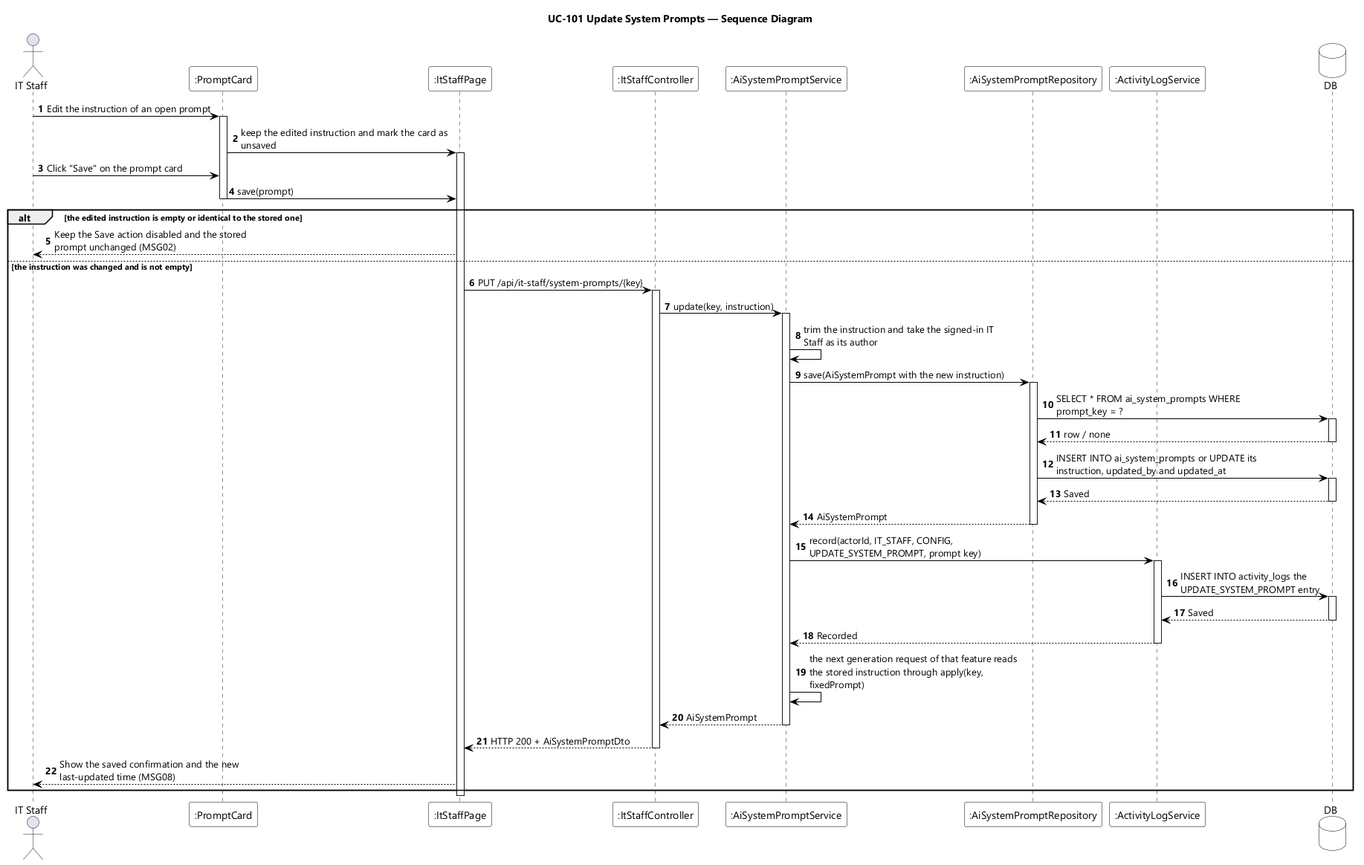
Above: designs/sds-diagrams/uc101/uc101-sequence-diagram.png in EduA-system/EduA-system (PlantUML), before the change. The source it was exported from:
```plantuml
@startuml UC-101 Update System Prompts - Sequence Diagram
skinparamlocked dpi 96
skinparam defaultFontName "Segoe UI"
skinparam shadowing false
skinparam ParticipantBackgroundColor #FFFFFF
skinparam ParticipantBorderColor #000000
skinparam DatabaseBackgroundColor #FFFFFF
skinparam DatabaseBorderColor #000000
skinparam ArrowColor #000000
skinparam sequenceMessageAlign left
skinparam maxMessageSize 280
title UC-101 Update System Prompts — Sequence Diagram

actor "IT Staff" as STAFF
participant ":PromptCard" as CARD
participant ":ItStaffPage" as UI
participant ":ItStaffController" as CTL
participant ":AiSystemPromptService" as SVC
participant ":AiSystemPromptRepository" as REPO
participant ":ActivityLogService" as AUDIT
database DB

autonumber
STAFF -> CARD : Edit the instruction of an open prompt
activate CARD
CARD -> UI : keep the edited instruction and mark the card as unsaved
activate UI
STAFF -> CARD : Click "Save" on the prompt card
CARD -> UI : save(prompt)
deactivate CARD

alt the edited instruction is empty or identical to the stored one
  UI --> STAFF : Keep the Save action disabled and the stored prompt unchanged (MSG02)
else the instruction was changed and is not empty
  UI -> CTL : PUT /api/it-staff/system-prompts/{key}
  activate CTL
  CTL -> SVC : update(key, instruction)
  activate SVC
  SVC -> SVC : trim the instruction and take the signed-in IT Staff as its author
  SVC -> REPO : save(AiSystemPrompt with the new instruction)
  activate REPO
  REPO -> DB : SELECT * FROM ai_system_prompts WHERE prompt_key = ?
  activate DB
  DB --> REPO : row / none
  deactivate DB
  REPO -> DB : INSERT INTO ai_system_prompts or UPDATE its instruction, updated_by and updated_at
  activate DB
  DB --> REPO : Saved
  deactivate DB
  REPO --> SVC : AiSystemPrompt
  deactivate REPO
  SVC -> AUDIT : record(actorId, IT_STAFF, CONFIG, UPDATE_SYSTEM_PROMPT, prompt key)
  activate AUDIT
  AUDIT -> DB : INSERT INTO activity_logs the UPDATE_SYSTEM_PROMPT entry
  activate DB
  DB --> AUDIT : Saved
  deactivate DB
  AUDIT --> SVC : Recorded
  deactivate AUDIT
  SVC -> SVC : the next generation request of that feature reads the stored instruction through apply(key, fixedPrompt)
  SVC --> CTL : AiSystemPrompt
  deactivate SVC
  CTL --> UI : HTTP 200 + AiSystemPromptDto
  deactivate CTL
  UI --> STAFF : Show the saved confirmation and the new last-updated time (MSG08)
end
deactivate UI
@enduml
```
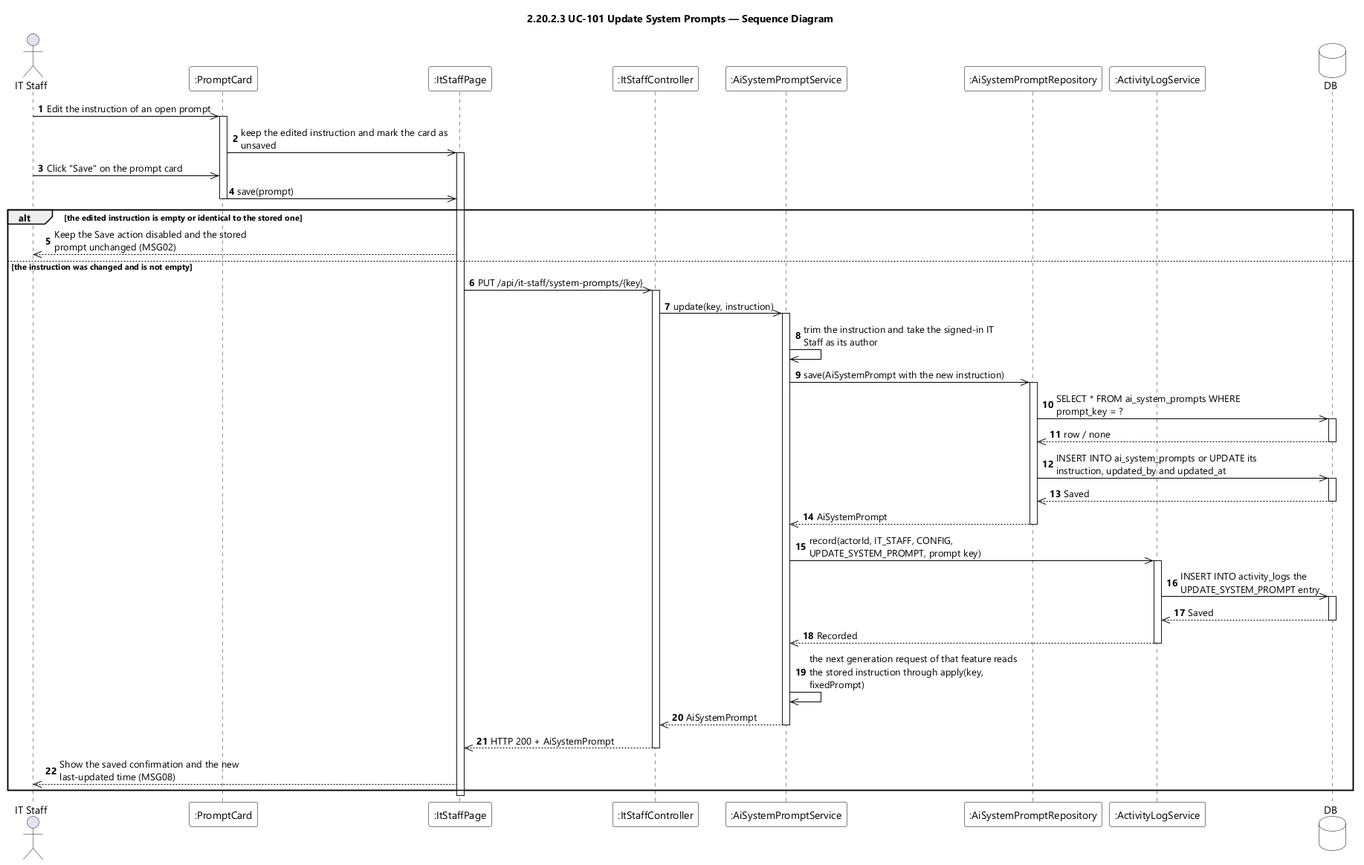
Later version of the same file.

The edit, as a diff of the source:
```diff
@@ -9,7 +9,7 @@
 skinparam ArrowColor #000000
 skinparam sequenceMessageAlign left
 skinparam maxMessageSize 280
-title UC-101 Update System Prompts — Sequence Diagram
+title 2.20.2.3 UC-101 Update System Prompts — Sequence Diagram
 
 actor "IT Staff" as STAFF
 participant ":PromptCard" as CARD
@@ -21,48 +21,48 @@
 database DB
 
 autonumber
-STAFF -> CARD : Edit the instruction of an open prompt
+STAFF ->> CARD : Edit the instruction of an open prompt
 activate CARD
-CARD -> UI : keep the edited instruction and mark the card as unsaved
+CARD ->> UI : keep the edited instruction and mark the card as unsaved
 activate UI
-STAFF -> CARD : Click "Save" on the prompt card
-CARD -> UI : save(prompt)
+STAFF ->> CARD : Click "Save" on the prompt card
+CARD ->> UI : save(prompt)
 deactivate CARD
 
 alt the edited instruction is empty or identical to the stored one
-  UI --> STAFF : Keep the Save action disabled and the stored prompt unchanged (MSG02)
+  UI -->> STAFF : Keep the Save action disabled and the stored prompt unchanged (MSG02)
 else the instruction was changed and is not empty
-  UI -> CTL : PUT /api/it-staff/system-prompts/{key}
+  UI ->> CTL : PUT /api/it-staff/system-prompts/{key}
   activate CTL
-  CTL -> SVC : update(key, instruction)
+  CTL ->> SVC : update(key, instruction)
   activate SVC
-  SVC -> SVC : trim the instruction and take the signed-in IT Staff as its author
-  SVC -> REPO : save(AiSystemPrompt with the new instruction)
+  SVC ->> SVC : trim the instruction and take the signed-in IT Staff as its author
+  SVC ->> REPO : save(AiSystemPrompt with the new instruction)
   activate REPO
-  REPO -> DB : SELECT * FROM ai_system_prompts WHERE prompt_key = ?
+  REPO ->> DB : SELECT * FROM ai_system_prompts WHERE prompt_key = ?
   activate DB
-  DB --> REPO : row / none
+  DB -->> REPO : row / none
   deactivate DB
-  REPO -> DB : INSERT INTO ai_system_prompts or UPDATE its instruction, updated_by and updated_at
+  REPO ->> DB : INSERT INTO ai_system_prompts or UPDATE its instruction, updated_by and updated_at
   activate DB
-  DB --> REPO : Saved
+  DB -->> REPO : Saved
   deactivate DB
-  REPO --> SVC : AiSystemPrompt
+  REPO -->> SVC : AiSystemPrompt
   deactivate REPO
-  SVC -> AUDIT : record(actorId, IT_STAFF, CONFIG, UPDATE_SYSTEM_PROMPT, prompt key)
+  SVC ->> AUDIT : record(actorId, IT_STAFF, CONFIG, UPDATE_SYSTEM_PROMPT, prompt key)
   activate AUDIT
-  AUDIT -> DB : INSERT INTO activity_logs the UPDATE_SYSTEM_PROMPT entry
+  AUDIT ->> DB : INSERT INTO activity_logs the UPDATE_SYSTEM_PROMPT entry
   activate DB
-  DB --> AUDIT : Saved
+  DB -->> AUDIT : Saved
   deactivate DB
-  AUDIT --> SVC : Recorded
+  AUDIT -->> SVC : Recorded
   deactivate AUDIT
-  SVC -> SVC : the next generation request of that feature reads the stored instruction through apply(key, fixedPrompt)
-  SVC --> CTL : AiSystemPrompt
+  SVC ->> SVC : the next generation request of that feature reads the stored instruction through apply(key, fixedPrompt)
+  SVC -->> CTL : AiSystemPrompt
   deactivate SVC
-  CTL --> UI : HTTP 200 + AiSystemPromptDto
+  CTL -->> UI : HTTP 200 + AiSystemPrompt
   deactivate CTL
-  UI --> STAFF : Show the saved confirmation and the new last-updated time (MSG08)
+  UI -->> STAFF : Show the saved confirmation and the new last-updated time (MSG08)
 end
 deactivate UI
 @enduml
```
